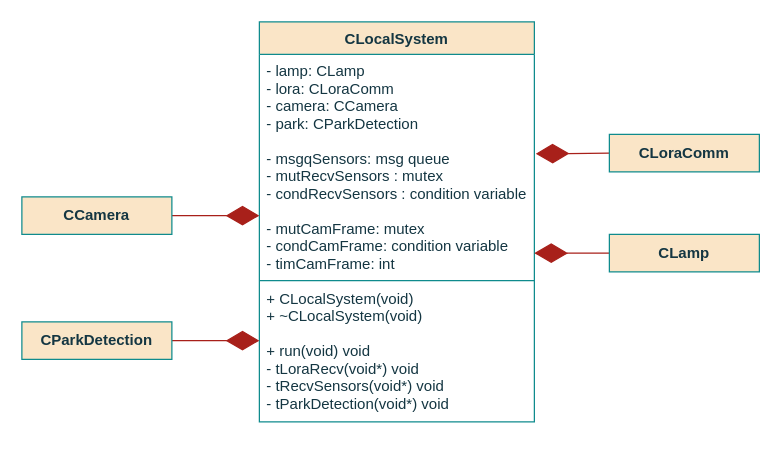
Above: page "Class" (1 of 7) of documentation/flowcharts/02Classes/CLocalSystem.drawio in ESRGgroup9/slipad (draw.io), before the change. Source tidied: cells renumbered, new cells numbered last; positions are measured from the earlier drawing's top-left corner, leaving out a move shared by most shapes. Both pictures are drawn from the tidied source at 125%, with x=0, y=0 at pixel (21, 21).
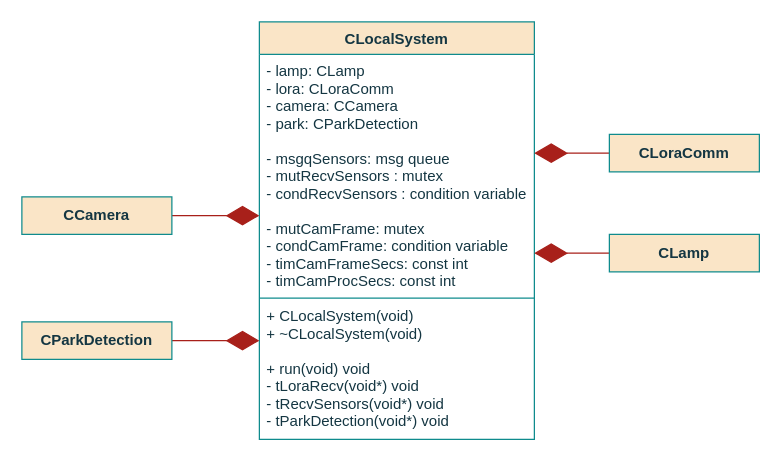
The same page after the edit.

The edit, as a diff of the source:
```diff
@@
 <mxGraphModel>
   <root>
     <mxCell id="0" />
     <mxCell id="1" parent="0" />
     <mxCell id="2" value="CLocalSystem" style="swimlane;fontStyle=1;align=center;verticalAlign=top;horizontal=1;startSize=26;fillColor=#FAE5C7;strokeColor=#0F8B8D;fontColor=#143642;" parent="1" vertex="1">
-      <mxGeometry x="190" width="220" height="320" as="geometry" />
+      <mxGeometry x="190" width="220" height="334" as="geometry" />
     </mxCell>
-    <mxCell id="3" value="- lamp: CLamp&#10;- lora: CLoraComm&#10;- camera: CCamera&#10;- park: CParkDetection&#10;&#10;- msgqSensors: msg queue&#10;- mutRecvSensors : mutex&#10;- condRecvSensors : condition variable&#10;&#10;- mutCamFrame: mutex&#10;- condCamFrame: condition variable&#10;- timCamFrame: int&#10;&#10;&#10;&#10;" style="text;strokeColor=none;fillColor=none;align=left;verticalAlign=top;spacingLeft=4;spacingRight=4;overflow=hidden;points=[[0,0.5],[1,0.5]];portConstraint=eastwest;fontColor=#143642;" parent="2" vertex="1">
-      <mxGeometry y="26" width="220" height="180" as="geometry" />
+    <mxCell id="3" value="- lamp: CLamp&#10;- lora: CLoraComm&#10;- camera: CCamera&#10;- park: CParkDetection&#10;&#10;- msgqSensors: msg queue&#10;- mutRecvSensors : mutex&#10;- condRecvSensors : condition variable&#10;&#10;- mutCamFrame: mutex&#10;- condCamFrame: condition variable&#10;- timCamFrameSecs: const int&#10;- timCamProcSecs: const int&#10;&#10;&#10;&#10;&#10;" style="text;strokeColor=none;fillColor=none;align=left;verticalAlign=top;spacingLeft=4;spacingRight=4;overflow=hidden;points=[[0,0.5],[1,0.5]];portConstraint=eastwest;fontColor=#143642;" parent="2" vertex="1">
+      <mxGeometry y="26" width="220" height="194" as="geometry" />
     </mxCell>
     <mxCell id="4" style="line;strokeWidth=1;fillColor=none;align=left;verticalAlign=middle;spacingTop=-1;spacingLeft=3;spacingRight=3;labelPosition=right;labelBackgroundColor=#DAD2D8;strokeColor=#0F8B8D;fontColor=#143642;" parent="2" vertex="1">
-      <mxGeometry y="206" width="220" height="2" as="geometry" />
+      <mxGeometry y="220" width="220" height="2" as="geometry" />
     </mxCell>
     <mxCell id="5" value="+ CLocalSystem(void)&#10;+ ~CLocalSystem(void)&#10;&#10;+ run(void) void&#10;- tLoraRecv(void*) void&#10;- tRecvSensors(void*) void&#10;- tParkDetection(void*) void&#10;" style="text;strokeColor=none;fillColor=none;align=left;verticalAlign=top;spacingLeft=4;spacingRight=4;overflow=hidden;fontColor=#143642;" parent="2" vertex="1">
-      <mxGeometry y="208" width="220" height="112" as="geometry" />
+      <mxGeometry y="222" width="220" height="112" as="geometry" />
     </mxCell>
     <mxCell id="6" style="endArrow=diamondThin;endFill=1;endSize=24;html=1;rounded=0;sketch=0;fontColor=#143642;strokeColor=#A8201A;fillColor=#FAE5C7;exitX=1;exitY=0.5;exitDx=0;exitDy=0;" parent="1" edge="1" source="12">
       <mxGeometry relative="1" as="geometry">
         <mxPoint x="190" y="255" as="targetPoint" />
       </mxGeometry>
     </mxCell>
-    <mxCell id="7" style="endArrow=diamondThin;endFill=1;endSize=24;html=1;rounded=0;sketch=0;fontColor=#143642;strokeColor=#A8201A;fillColor=#FAE5C7;exitX=0;exitY=0.5;exitDx=0;exitDy=0;entryX=1.005;entryY=0.442;entryDx=0;entryDy=0;entryPerimeter=0;" parent="1" edge="1" target="3">
+    <mxCell id="7" style="endArrow=diamondThin;endFill=1;endSize=24;html=1;rounded=0;sketch=0;fontColor=#143642;strokeColor=#A8201A;fillColor=#FAE5C7;exitX=0;exitY=0.5;exitDx=0;exitDy=0;" parent="1" edge="1">
       <mxGeometry relative="1" as="geometry">
         <mxPoint x="470" y="105" as="sourcePoint" />
+        <mxPoint x="410" y="105" as="targetPoint" />
       </mxGeometry>
     </mxCell>
     <mxCell id="8" style="endArrow=diamondThin;endFill=1;endSize=24;html=1;rounded=0;sketch=0;fontColor=#143642;strokeColor=#A8201A;fillColor=#FAE5C7;exitX=0;exitY=0.5;exitDx=0;exitDy=0;" parent="1" edge="1" source="10">
       <mxGeometry relative="1" as="geometry">
         <mxPoint x="410" y="185" as="targetPoint" />
       </mxGeometry>
     </mxCell>
     <mxCell id="9" style="endArrow=diamondThin;endFill=1;endSize=24;html=1;rounded=0;sketch=0;fontColor=#143642;strokeColor=#A8201A;fillColor=#FAE5C7;exitX=1;exitY=0.5;exitDx=0;exitDy=0;" parent="1" edge="1" source="11">
       <mxGeometry relative="1" as="geometry">
         <mxPoint x="190" y="155" as="targetPoint" />
       </mxGeometry>
     </mxCell>
     <mxCell id="10" value="CLamp" style="rounded=0;whiteSpace=wrap;html=1;sketch=0;fontColor=#143642;strokeColor=#0F8B8D;fillColor=#FAE5C7;fontStyle=1;" parent="1" vertex="1">
       <mxGeometry x="470" y="170" width="120" height="30" as="geometry" />
     </mxCell>
     <mxCell id="11" value="&lt;div&gt;CCamera&lt;/div&gt;" style="rounded=0;whiteSpace=wrap;html=1;sketch=0;fontColor=#143642;strokeColor=#0F8B8D;fillColor=#FAE5C7;fontStyle=1;" parent="1" vertex="1">
       <mxGeometry y="140" width="120" height="30" as="geometry" />
     </mxCell>
     <mxCell id="12" value="CParkDetection" style="rounded=0;whiteSpace=wrap;html=1;sketch=0;fontColor=#143642;strokeColor=#0F8B8D;fillColor=#FAE5C7;fontStyle=1;" parent="1" vertex="1">
       <mxGeometry y="240" width="120" height="30" as="geometry" />
     </mxCell>
     <mxCell id="13" value="CLoraComm" style="rounded=0;whiteSpace=wrap;html=1;sketch=0;fontColor=#143642;strokeColor=#0F8B8D;fillColor=#FAE5C7;fontStyle=1;" parent="1" vertex="1">
       <mxGeometry x="470" y="90" width="120" height="30" as="geometry" />
     </mxCell>
   </root>
 </mxGraphModel>
```
